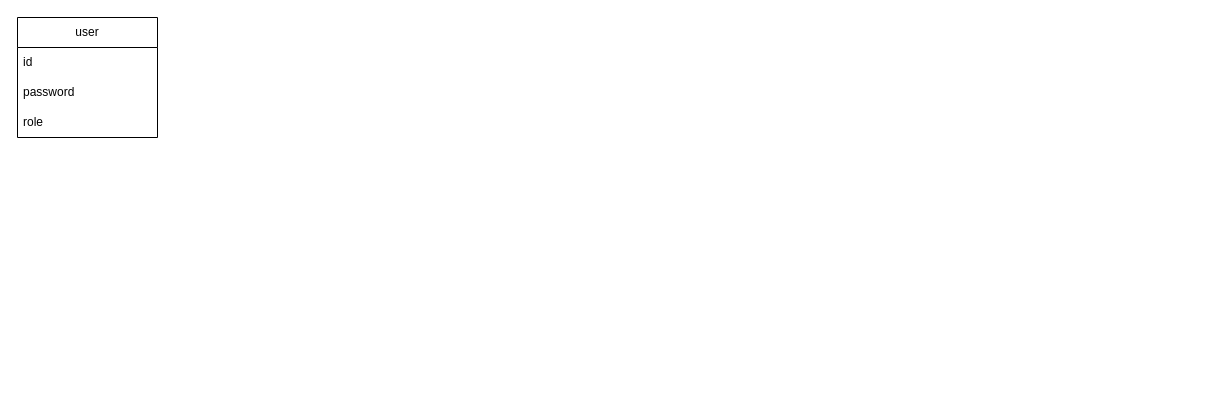
Before: online-store.drawio in Ohms404/draw-io-schemas, a draw.io diagram. Source tidied: cells renumbered, new cells numbered last; positions are measured from the earlier drawing's top-left corner, leaving out a move shared by most shapes. Both pictures are drawn from the tidied source at 100%, with x=0, y=0 at pixel (17, 17).
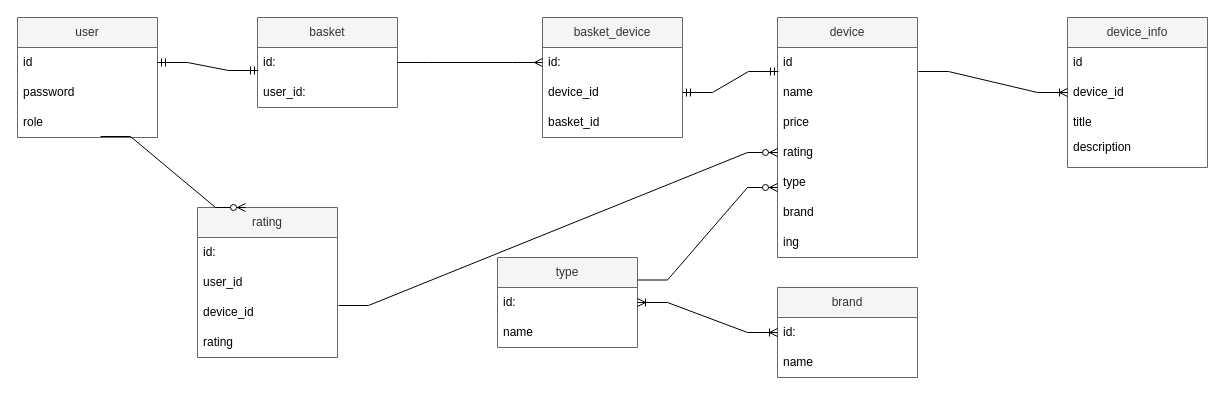
Above is the later version.

The change refers to these unchanged cells:
```xml
<mxCell id="3" value="id" style="text;strokeColor=none;fillColor=none;align=left;verticalAlign=middle;spacingLeft=4;spacingRight=4;overflow=hidden;points=[[0,0.5],[1,0.5]];portConstraint=eastwest;whiteSpace=wrap;html=1;" parent="2" vertex="1">
  <mxGeometry y="30" width="140" height="30" as="geometry" />
</mxCell>
<mxCell id="5" value="role" style="text;strokeColor=none;fillColor=none;align=left;verticalAlign=middle;spacingLeft=4;spacingRight=4;overflow=hidden;points=[[0,0.5],[1,0.5]];portConstraint=eastwest;whiteSpace=wrap;html=1;" parent="2" vertex="1">
  <mxGeometry y="90" width="140" height="30" as="geometry" />
</mxCell>
```

Change to the diagram source:
```diff
@@
-    <mxCell id="2" value="user" style="swimlane;fontStyle=0;horizontal=1;startSize=30;whiteSpace=wrap;html=1;" parent="1" vertex="1">
+    <mxCell id="2" value="user" style="swimlane;fontStyle=0;horizontal=1;startSize=30;whiteSpace=wrap;html=1;fillColor=#f5f5f5;fontColor=#333333;strokeColor=#666666;" parent="1" vertex="1">
       <mxGeometry width="140" height="120" as="geometry" />
     </mxCell>
@@
+    <mxCell id="6" value="basket" style="swimlane;fontStyle=0;horizontal=1;startSize=30;whiteSpace=wrap;html=1;fillColor=#f5f5f5;fontColor=#333333;strokeColor=#666666;" parent="1" vertex="1">
+      <mxGeometry x="240" width="140" height="90" as="geometry" />
+    </mxCell>
+    <mxCell id="7" value="id:" style="text;strokeColor=none;fillColor=none;align=left;verticalAlign=middle;spacingLeft=4;spacingRight=4;overflow=hidden;points=[[0,0.5],[1,0.5]];portConstraint=eastwest;whiteSpace=wrap;html=1;" parent="6" vertex="1">
+      <mxGeometry y="30" width="140" height="30" as="geometry" />
+    </mxCell>
+    <mxCell id="8" value="user_id:" style="text;strokeColor=none;fillColor=none;align=left;verticalAlign=middle;spacingLeft=4;spacingRight=4;overflow=hidden;whiteSpace=wrap;html=1;" parent="6" vertex="1">
+      <mxGeometry y="60" width="140" height="30" as="geometry" />
+    </mxCell>
+    <mxCell id="9" value="device" style="swimlane;fontStyle=0;horizontal=1;startSize=30;whiteSpace=wrap;html=1;fillColor=#f5f5f5;strokeColor=#666666;fontColor=#333333;" parent="1" vertex="1">
+      <mxGeometry x="760" width="140" height="240" as="geometry" />
+    </mxCell>
+    <mxCell id="10" value="id" style="text;strokeColor=none;fillColor=none;align=left;verticalAlign=middle;spacingLeft=4;spacingRight=4;overflow=hidden;points=[[0,0.5],[1,0.5]];portConstraint=eastwest;whiteSpace=wrap;html=1;" parent="9" vertex="1">
+      <mxGeometry y="30" width="140" height="30" as="geometry" />
+    </mxCell>
+    <mxCell id="11" value="name" style="text;strokeColor=none;fillColor=none;align=left;verticalAlign=middle;spacingLeft=4;spacingRight=4;overflow=hidden;whiteSpace=wrap;html=1;" parent="9" vertex="1">
+      <mxGeometry y="60" width="140" height="30" as="geometry" />
+    </mxCell>
+    <mxCell id="12" value="price" style="text;strokeColor=none;fillColor=none;align=left;verticalAlign=middle;spacingLeft=4;spacingRight=4;overflow=hidden;whiteSpace=wrap;html=1;" parent="9" vertex="1">
+      <mxGeometry y="90" width="140" height="30" as="geometry" />
+    </mxCell>
+    <mxCell id="13" value="rating" style="text;strokeColor=none;fillColor=none;align=left;verticalAlign=middle;spacingLeft=4;spacingRight=4;overflow=hidden;points=[[0,0.5],[1,0.5]];portConstraint=eastwest;whiteSpace=wrap;html=1;" parent="9" vertex="1">
+      <mxGeometry y="120" width="140" height="30" as="geometry" />
+    </mxCell>
+    <mxCell id="14" value="type" style="text;strokeColor=none;fillColor=none;align=left;verticalAlign=middle;spacingLeft=4;spacingRight=4;overflow=hidden;whiteSpace=wrap;html=1;" parent="9" vertex="1">
+      <mxGeometry y="150" width="140" height="30" as="geometry" />
+    </mxCell>
+    <mxCell id="15" value="brand" style="text;strokeColor=none;fillColor=none;align=left;verticalAlign=middle;spacingLeft=4;spacingRight=4;overflow=hidden;whiteSpace=wrap;html=1;" parent="9" vertex="1">
+      <mxGeometry y="180" width="140" height="30" as="geometry" />
+    </mxCell>
+    <mxCell id="16" value="ing" style="text;strokeColor=none;fillColor=none;align=left;verticalAlign=middle;spacingLeft=4;spacingRight=4;overflow=hidden;whiteSpace=wrap;html=1;" parent="9" vertex="1">
+      <mxGeometry y="210" width="140" height="30" as="geometry" />
+    </mxCell>
+    <mxCell id="17" value="type" style="swimlane;fontStyle=0;horizontal=1;startSize=30;whiteSpace=wrap;html=1;fillColor=#f5f5f5;fontColor=#333333;strokeColor=#666666;" parent="1" vertex="1">
+      <mxGeometry x="480" y="240" width="140" height="90" as="geometry" />
+    </mxCell>
+    <mxCell id="18" value="id:" style="text;strokeColor=none;fillColor=none;align=left;verticalAlign=middle;spacingLeft=4;spacingRight=4;overflow=hidden;points=[[0,0.5],[1,0.5]];portConstraint=eastwest;whiteSpace=wrap;html=1;" parent="17" vertex="1">
+      <mxGeometry y="30" width="140" height="30" as="geometry" />
+    </mxCell>
+    <mxCell id="19" value="name" style="text;strokeColor=none;fillColor=none;align=left;verticalAlign=middle;spacingLeft=4;spacingRight=4;overflow=hidden;whiteSpace=wrap;html=1;" parent="17" vertex="1">
+      <mxGeometry y="60" width="140" height="30" as="geometry" />
+    </mxCell>
+    <mxCell id="20" value="brand" style="swimlane;fontStyle=0;horizontal=1;startSize=30;whiteSpace=wrap;html=1;fillColor=#f5f5f5;fontColor=#333333;strokeColor=#666666;" parent="1" vertex="1">
+      <mxGeometry x="760" y="270" width="140" height="90" as="geometry" />
+    </mxCell>
+    <mxCell id="21" value="id:" style="text;strokeColor=none;fillColor=none;align=left;verticalAlign=middle;spacingLeft=4;spacingRight=4;overflow=hidden;points=[[0,0.5],[1,0.5]];portConstraint=eastwest;whiteSpace=wrap;html=1;" parent="20" vertex="1">
+      <mxGeometry y="30" width="140" height="30" as="geometry" />
+    </mxCell>
+    <mxCell id="22" value="name" style="text;strokeColor=none;fillColor=none;align=left;verticalAlign=middle;spacingLeft=4;spacingRight=4;overflow=hidden;whiteSpace=wrap;html=1;" parent="20" vertex="1">
+      <mxGeometry y="60" width="140" height="30" as="geometry" />
+    </mxCell>
+    <mxCell id="23" style="edgeStyle=entityRelationEdgeStyle;fontSize=12;html=1;endArrow=ERmandOne;startArrow=ERmandOne;rounded=0;entryX=0.007;entryY=0.767;entryDx=0;entryDy=0;entryPerimeter=0;exitX=1;exitY=0.5;exitDx=0;exitDy=0;" parent="1" edge="1" source="3" target="7">
+      <mxGeometry relative="1" as="geometry" />
+    </mxCell>
+    <mxCell id="24" style="edgeStyle=entityRelationEdgeStyle;fontSize=12;html=1;endArrow=ERzeroToMany;endFill=1;rounded=0;exitX=1;exitY=0.25;exitDx=0;exitDy=0;" parent="1" edge="1" source="17">
+      <mxGeometry relative="1" as="geometry">
+        <mxPoint x="760" y="170" as="targetPoint" />
+      </mxGeometry>
+    </mxCell>
+    <mxCell id="25" style="edgeStyle=entityRelationEdgeStyle;fontSize=12;html=1;endArrow=ERoneToMany;startArrow=ERoneToMany;rounded=0;entryX=0;entryY=0.5;entryDx=0;entryDy=0;exitX=1;exitY=0.5;exitDx=0;exitDy=0;" parent="1" edge="1" source="18" target="21">
+      <mxGeometry relative="1" as="geometry" />
+    </mxCell>
+    <mxCell id="26" value="device_info" style="swimlane;fontStyle=0;horizontal=1;startSize=30;whiteSpace=wrap;html=1;fillColor=#f5f5f5;fontColor=#333333;strokeColor=#666666;" parent="1" vertex="1">
+      <mxGeometry x="1050" width="140" height="150" as="geometry" />
+    </mxCell>
+    <mxCell id="27" value="id" style="text;strokeColor=none;fillColor=none;align=left;verticalAlign=middle;spacingLeft=4;spacingRight=4;overflow=hidden;whiteSpace=wrap;html=1;" parent="26" vertex="1">
+      <mxGeometry y="30" width="140" height="30" as="geometry" />
+    </mxCell>
+    <mxCell id="28" value="device_id" style="text;strokeColor=none;fillColor=none;align=left;verticalAlign=middle;spacingLeft=4;spacingRight=4;overflow=hidden;points=[[0,0.5],[1,0.5]];portConstraint=eastwest;whiteSpace=wrap;html=1;" parent="26" vertex="1">
+      <mxGeometry y="60" width="140" height="30" as="geometry" />
+    </mxCell>
+    <mxCell id="29" value="title" style="text;strokeColor=none;fillColor=none;align=left;verticalAlign=middle;spacingLeft=4;spacingRight=4;overflow=hidden;whiteSpace=wrap;html=1;" parent="26" vertex="1">
+      <mxGeometry y="90" width="140" height="30" as="geometry" />
+    </mxCell>
+    <mxCell id="30" value="description&lt;div&gt;&lt;br&gt;&lt;/div&gt;" style="text;strokeColor=none;fillColor=none;align=left;verticalAlign=middle;spacingLeft=4;spacingRight=4;overflow=hidden;whiteSpace=wrap;html=1;" parent="26" vertex="1">
+      <mxGeometry y="120" width="140" height="30" as="geometry" />
+    </mxCell>
+    <mxCell id="31" style="edgeStyle=entityRelationEdgeStyle;fontSize=12;html=1;endArrow=ERoneToMany;rounded=0;exitX=1.007;exitY=0.8;exitDx=0;exitDy=0;exitPerimeter=0;" parent="1" edge="1" source="10" target="28">
+      <mxGeometry relative="1" as="geometry" />
+    </mxCell>
+    <mxCell id="32" value="basket_device" style="swimlane;fontStyle=0;horizontal=1;startSize=30;whiteSpace=wrap;html=1;fillColor=#f5f5f5;fontColor=#333333;strokeColor=#666666;" parent="1" vertex="1">
+      <mxGeometry x="525" width="140" height="120" as="geometry" />
+    </mxCell>
+    <mxCell id="33" value="id:" style="text;strokeColor=none;fillColor=none;align=left;verticalAlign=middle;spacingLeft=4;spacingRight=4;overflow=hidden;points=[[0,0.5],[1,0.5]];portConstraint=eastwest;whiteSpace=wrap;html=1;" parent="32" vertex="1">
+      <mxGeometry y="30" width="140" height="30" as="geometry" />
+    </mxCell>
+    <mxCell id="34" value="device_id" style="text;strokeColor=none;fillColor=none;align=left;verticalAlign=middle;spacingLeft=4;spacingRight=4;overflow=hidden;points=[[0,0.5],[1,0.5]];portConstraint=eastwest;whiteSpace=wrap;html=1;" parent="32" vertex="1">
+      <mxGeometry y="60" width="140" height="30" as="geometry" />
+    </mxCell>
+    <mxCell id="35" value="basket_id" style="text;strokeColor=none;fillColor=none;align=left;verticalAlign=middle;spacingLeft=4;spacingRight=4;overflow=hidden;whiteSpace=wrap;html=1;" parent="32" vertex="1">
+      <mxGeometry y="90" width="140" height="30" as="geometry" />
+    </mxCell>
+    <mxCell id="36" style="edgeStyle=entityRelationEdgeStyle;fontSize=12;html=1;endArrow=ERmandOne;startArrow=ERmandOne;rounded=0;entryX=0.007;entryY=0.8;entryDx=0;entryDy=0;entryPerimeter=0;exitX=1;exitY=0.5;exitDx=0;exitDy=0;" parent="1" edge="1" source="34" target="10">
+      <mxGeometry relative="1" as="geometry" />
+    </mxCell>
+    <mxCell id="37" style="edgeStyle=entityRelationEdgeStyle;fontSize=12;html=1;endArrow=ERmany;rounded=0;entryX=0;entryY=0.5;entryDx=0;entryDy=0;exitX=1;exitY=0.5;exitDx=0;exitDy=0;" parent="1" edge="1" source="7" target="33">
+      <mxGeometry relative="1" as="geometry" />
+    </mxCell>
+    <mxCell id="38" value="rating" style="swimlane;fontStyle=0;horizontal=1;startSize=30;whiteSpace=wrap;html=1;fillColor=#f5f5f5;fontColor=#333333;strokeColor=#666666;" parent="1" vertex="1">
+      <mxGeometry x="180" y="190" width="140" height="150" as="geometry" />
+    </mxCell>
+    <mxCell id="39" value="id:" style="text;strokeColor=none;fillColor=none;align=left;verticalAlign=middle;spacingLeft=4;spacingRight=4;overflow=hidden;whiteSpace=wrap;html=1;" parent="38" vertex="1">
+      <mxGeometry y="30" width="140" height="30" as="geometry" />
+    </mxCell>
+    <mxCell id="40" value="user_id" style="text;strokeColor=none;fillColor=none;align=left;verticalAlign=middle;spacingLeft=4;spacingRight=4;overflow=hidden;whiteSpace=wrap;html=1;" parent="38" vertex="1">
+      <mxGeometry y="60" width="140" height="30" as="geometry" />
+    </mxCell>
+    <mxCell id="41" value="device_id" style="text;strokeColor=none;fillColor=none;align=left;verticalAlign=middle;spacingLeft=4;spacingRight=4;overflow=hidden;points=[[0,0.5],[1,0.5]];portConstraint=eastwest;whiteSpace=wrap;html=1;" parent="38" vertex="1">
+      <mxGeometry y="90" width="140" height="30" as="geometry" />
+    </mxCell>
+    <mxCell id="42" value="rating" style="text;strokeColor=none;fillColor=none;align=left;verticalAlign=middle;spacingLeft=4;spacingRight=4;overflow=hidden;whiteSpace=wrap;html=1;" parent="38" vertex="1">
+      <mxGeometry y="120" width="140" height="30" as="geometry" />
+    </mxCell>
+    <mxCell id="43" style="edgeStyle=entityRelationEdgeStyle;fontSize=12;html=1;endArrow=ERzeroToMany;endFill=1;rounded=0;entryX=0;entryY=0.5;entryDx=0;entryDy=0;exitX=1.007;exitY=0.267;exitDx=0;exitDy=0;exitPerimeter=0;" parent="1" edge="1" source="41" target="13">
+      <mxGeometry relative="1" as="geometry" />
+    </mxCell>
+    <mxCell id="44" style="edgeStyle=entityRelationEdgeStyle;fontSize=12;html=1;endArrow=ERzeroToMany;endFill=1;rounded=0;entryX=0.343;entryY=0;entryDx=0;entryDy=0;exitX=0.593;exitY=0.967;exitDx=0;exitDy=0;exitPerimeter=0;entryPerimeter=0;" parent="1" edge="1" source="5" target="38">
+      <mxGeometry relative="1" as="geometry" />
+    </mxCell>
```
